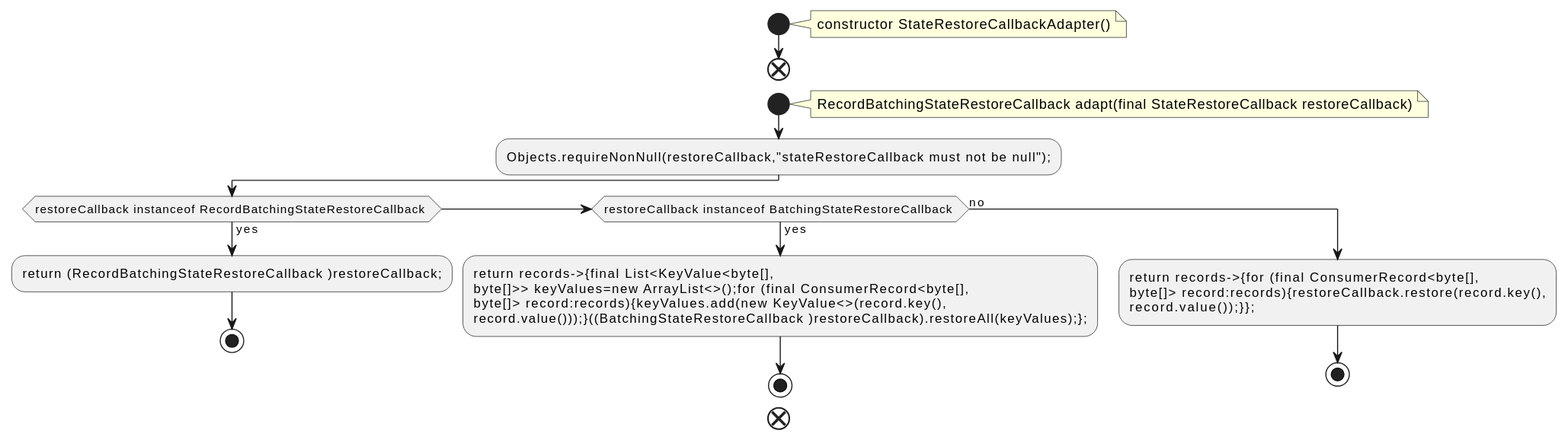
This is docs/qc/streams/src/main/java/org/apache/kafka/streams/processor/internals/StateRestoreCallbackAdapter.java.fct.svg from qualitesys/kafka, a PlantUML export, as it was before one commit.
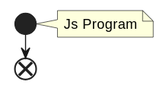
Later version of the same file.

The edit, as a diff of the source:
```diff
@@ -2,28 +2,7 @@
 !pragma layout smetana
 start
 note right
-constructor StateRestoreCallbackAdapter()
+Js Program
 end note
 end
-start
-note right
-RecordBatchingStateRestoreCallback adapt(final StateRestoreCallback restoreCallback)
-end note
-:Objects.requireNonNull(restoreCallback,"stateRestoreCallback must not be null");;
-if (restoreCallback instanceof RecordBatchingStateRestoreCallback ) then (yes)
-:return (RecordBatchingStateRestoreCallback )restoreCallback;;
-stop
-else if (restoreCallback instanceof BatchingStateRestoreCallback ) then (yes)
-:return records->{final List<KeyValue<byte[],
-byte[]>> keyValues=new ArrayList<>();for (final ConsumerRecord<byte[],
-byte[]> record:records){keyValues.add(new KeyValue<>(record.key(),
-record.value()));}((BatchingStateRestoreCallback )restoreCallback).restoreAll(keyValues);};;
-stop
-else (no)
-:return records->{for (final ConsumerRecord<byte[],
-byte[]> record:records){restoreCallback.restore(record.key(),
-record.value());}};;
-stop
-endif
-end
 @enduml
```
